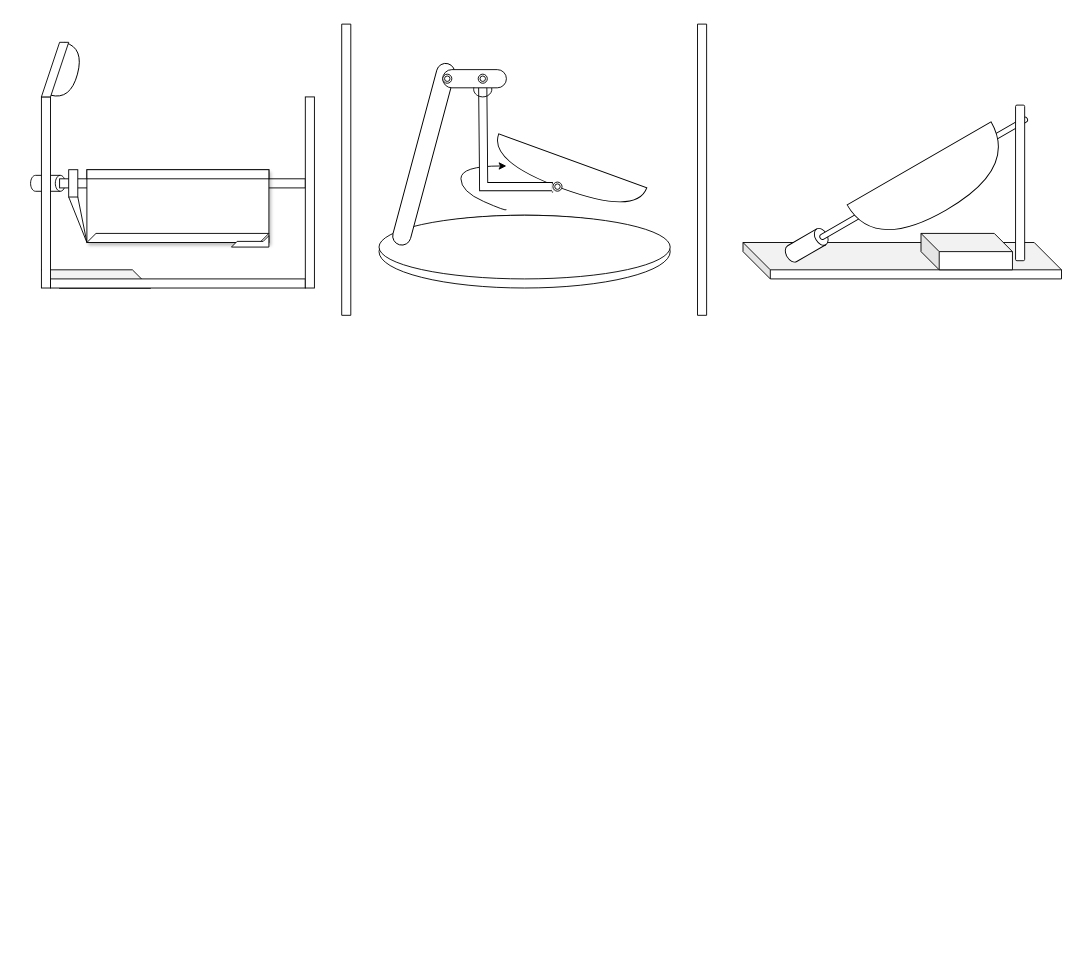
Before: Bhushan Sir/Automated Baby Swing/BabySwing.drawio in mungekarkiran/Basic_Python, a draw.io diagram. Source tidied: cells renumbered, new cells numbered last; positions are measured from the earlier drawing's top-left corner, leaving out a move shared by most shapes. Both pictures are drawn from the tidied source at 91%, with x=0, y=0 at pixel (39, 24). Pictures stored in the file or linked from it are replaced by grey dashed boxes.
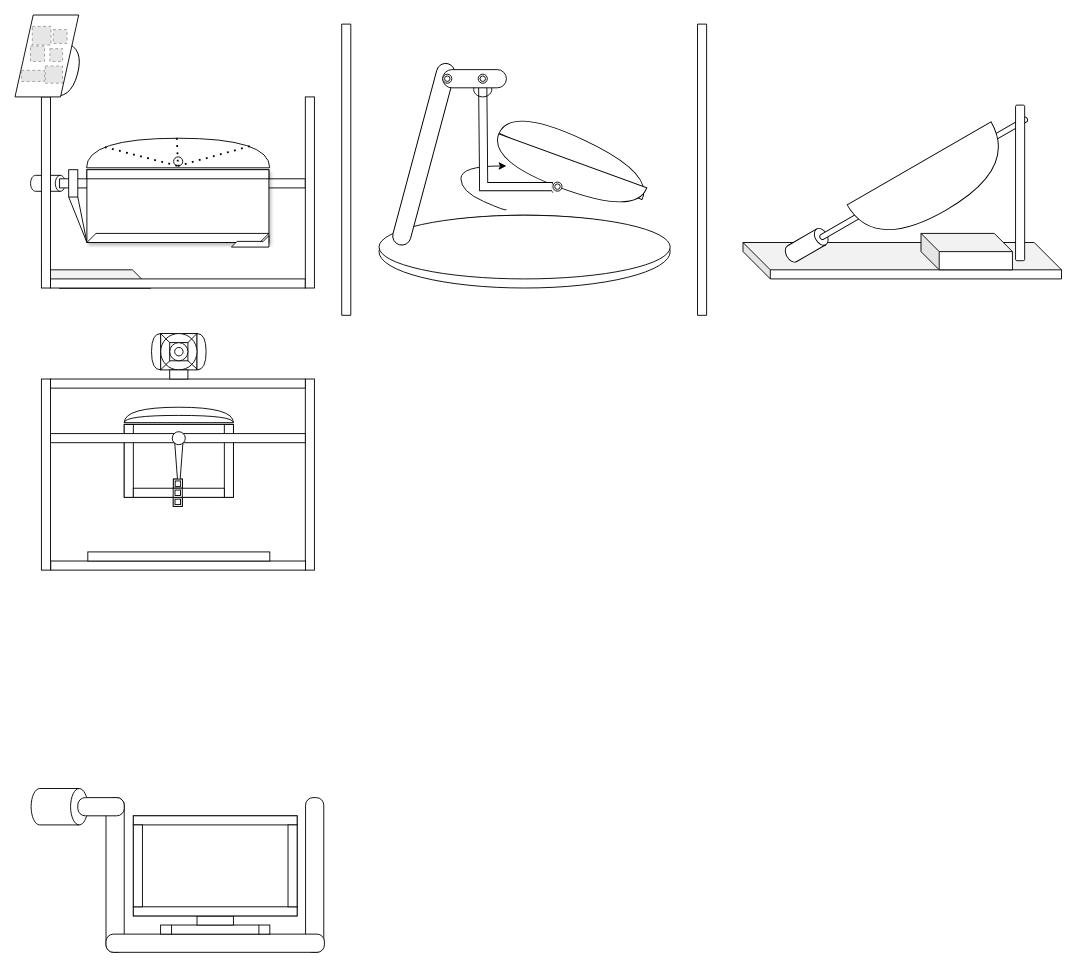
Above is the later version.

Commit message (it also covers changes not shown here):
auto baby swing

What changed in the source:
```diff
@@
+    <mxCell id="37" style="rounded=1;whiteSpace=wrap;html=1;arcSize=41;" parent="1" vertex="1">
+      <mxGeometry x="292.3" y="850" width="20" height="170" as="geometry" />
+    </mxCell>
+    <mxCell id="38" style="shape=or;whiteSpace=wrap;html=1;rotation=-65;" parent="1" vertex="1">
+      <mxGeometry x="574.1" y="55" width="32.5" height="173.2" as="geometry" />
+    </mxCell>
@@
     <mxCell id="15" style="shape=parallelogram;perimeter=parallelogramPerimeter;whiteSpace=wrap;html=1;fixedSize=1;" parent="1" vertex="1">
-      <mxGeometry x="2" y="20" width="30" height="60" as="geometry" />
+      <mxGeometry x="-27" y="-10" width="70" height="90" as="geometry" />
     </mxCell>
@@
+    <mxCell id="39" style="shape=or;whiteSpace=wrap;html=1;rotation=-90;" parent="1" vertex="1">
+      <mxGeometry x="136" y="41" width="32.5" height="201.3" as="geometry" />
+    </mxCell>
+    <mxCell id="40" style="ellipse;whiteSpace=wrap;html=1;" parent="1" vertex="1">
+      <mxGeometry x="147.3" y="145.9" width="10" height="10" as="geometry" />
+    </mxCell>
+    <mxCell id="41" style="endArrow=none;dashed=1;html=1;dashPattern=1 3;strokeWidth=2;rounded=0;entryX=0.5;entryY=1;entryDx=0;entryDy=0;exitX=0.7;exitY=0.1;exitDx=0;exitDy=0;exitPerimeter=0;" parent="1" edge="1" source="39" target="40">
+      <mxGeometry relative="1" as="geometry" />
+    </mxCell>
+    <mxCell id="42" style="endArrow=none;dashed=1;html=1;dashPattern=1 3;strokeWidth=2;rounded=0;entryX=0.065;entryY=0.499;entryDx=0;entryDy=0;exitX=1.013;exitY=0.493;exitDx=0;exitDy=0;exitPerimeter=0;entryPerimeter=0;" parent="1" edge="1" source="39" target="39">
+      <mxGeometry relative="1" as="geometry" />
+    </mxCell>
+    <mxCell id="43" style="endArrow=none;dashed=1;html=1;dashPattern=1 3;strokeWidth=2;rounded=0;entryX=0.052;entryY=0.492;entryDx=0;entryDy=0;exitX=0.729;exitY=0.891;exitDx=0;exitDy=0;exitPerimeter=0;entryPerimeter=0;" parent="1" edge="1" source="39" target="39">
+      <mxGeometry relative="1" as="geometry" />
+    </mxCell>
+    <mxCell id="44" style="rounded=0;whiteSpace=wrap;html=1;" parent="1" vertex="1">
+      <mxGeometry x="2" y="390" width="10" height="210" as="geometry" />
+    </mxCell>
+    <mxCell id="45" style="rounded=0;whiteSpace=wrap;html=1;" parent="1" vertex="1">
+      <mxGeometry x="292" y="390" width="10" height="210" as="geometry" />
+    </mxCell>
+    <mxCell id="46" style="rounded=0;whiteSpace=wrap;html=1;" parent="1" vertex="1">
+      <mxGeometry x="12.3" y="590" width="280" height="10" as="geometry" />
+    </mxCell>
+    <mxCell id="47" style="rounded=0;whiteSpace=wrap;html=1;" parent="1" vertex="1">
+      <mxGeometry x="53" y="580" width="200" height="10" as="geometry" />
+    </mxCell>
+    <mxCell id="48" style="rounded=0;whiteSpace=wrap;html=1;" parent="1" vertex="1">
+      <mxGeometry x="93" y="440" width="120" height="80" as="geometry" />
+    </mxCell>
+    <mxCell id="49" style="shape=or;whiteSpace=wrap;html=1;direction=north;" parent="1" vertex="1">
+      <mxGeometry x="93" y="421" width="120" height="17" as="geometry" />
+    </mxCell>
+    <mxCell id="50" style="rounded=0;whiteSpace=wrap;html=1;" parent="1" vertex="1">
+      <mxGeometry x="12" y="390" width="280" height="10" as="geometry" />
+    </mxCell>
+    <mxCell id="51" style="rounded=0;whiteSpace=wrap;html=1;" parent="1" vertex="1">
+      <mxGeometry x="147" y="500" width="10" height="30" as="geometry" />
+    </mxCell>
+    <mxCell id="52" style="shape=ext;double=1;rounded=0;whiteSpace=wrap;html=1;" parent="1" vertex="1">
+      <mxGeometry x="146.8" y="520" width="10" height="10" as="geometry" />
+    </mxCell>
+    <mxCell id="53" style="triangle;whiteSpace=wrap;html=1;direction=south;" parent="1" vertex="1">
+      <mxGeometry x="148.5" y="460" width="9" height="60" as="geometry" />
+    </mxCell>
+    <mxCell id="54" style="shape=ext;double=1;rounded=0;whiteSpace=wrap;html=1;" parent="1" vertex="1">
+      <mxGeometry x="147" y="500" width="10" height="10" as="geometry" />
+    </mxCell>
+    <mxCell id="55" style="shape=or;whiteSpace=wrap;html=1;direction=north;" parent="1" vertex="1">
+      <mxGeometry x="93" y="430" width="120" height="8" as="geometry" />
+    </mxCell>
+    <mxCell id="56" style="rounded=0;whiteSpace=wrap;html=1;" parent="1" vertex="1">
+      <mxGeometry x="93" y="440" width="10" height="80" as="geometry" />
+    </mxCell>
+    <mxCell id="57" style="rounded=0;whiteSpace=wrap;html=1;" parent="1" vertex="1">
+      <mxGeometry x="203" y="440" width="10" height="80" as="geometry" />
+    </mxCell>
+    <mxCell id="58" style="rounded=0;whiteSpace=wrap;html=1;" parent="1" vertex="1">
+      <mxGeometry x="12" y="450" width="280" height="10" as="geometry" />
+    </mxCell>
+    <mxCell id="59" style="ellipse;whiteSpace=wrap;html=1;" parent="1" vertex="1">
+      <mxGeometry x="145.8" y="447.9" width="14.3" height="14.3" as="geometry" />
+    </mxCell>
+    <mxCell id="60" style="rounded=0;whiteSpace=wrap;html=1;" parent="1" vertex="1">
+      <mxGeometry x="103" y="510" width="100" height="10" as="geometry" />
+    </mxCell>
+    <mxCell id="61" style="shape=ext;double=1;rounded=0;whiteSpace=wrap;html=1;" parent="1" vertex="1">
+      <mxGeometry x="146.8" y="510" width="10" height="10" as="geometry" />
+    </mxCell>
+    <mxCell id="62" style="rounded=0;whiteSpace=wrap;html=1;" parent="1" vertex="1">
+      <mxGeometry x="133" y="340" width="40" height="40" as="geometry" />
+    </mxCell>
+    <mxCell id="63" style="shape=or;whiteSpace=wrap;html=1;direction=east;" parent="1" vertex="1">
+      <mxGeometry x="173" y="340" width="10" height="40" as="geometry" />
+    </mxCell>
+    <mxCell id="64" style="ellipse;whiteSpace=wrap;html=1;" parent="1" vertex="1">
+      <mxGeometry x="133" y="340" width="40" height="40" as="geometry" />
+    </mxCell>
+    <mxCell id="65" style="rounded=0;whiteSpace=wrap;html=1;" parent="1" vertex="1">
+      <mxGeometry x="143" y="350" width="20" height="20" as="geometry" />
+    </mxCell>
+    <mxCell id="66" style="shape=or;whiteSpace=wrap;html=1;direction=west;" parent="1" vertex="1">
+      <mxGeometry x="123" y="340" width="10" height="40" as="geometry" />
+    </mxCell>
+    <mxCell id="67" style="endArrow=none;html=1;rounded=0;exitX=1;exitY=0;exitDx=0;exitDy=0;" parent="1" edge="1" source="65">
+      <mxGeometry relative="1" as="geometry">
+        <mxPoint x="173" y="340" as="targetPoint" />
+      </mxGeometry>
+    </mxCell>
+    <mxCell id="68" style="endArrow=none;html=1;rounded=0;exitX=1;exitY=1;exitDx=0;exitDy=0;entryX=0.006;entryY=0.978;entryDx=0;entryDy=0;entryPerimeter=0;" parent="1" edge="1" source="65" target="63">
+      <mxGeometry relative="1" as="geometry" />
+    </mxCell>
+    <mxCell id="69" style="endArrow=none;html=1;rounded=0;exitX=0;exitY=1;exitDx=0;exitDy=0;entryX=0;entryY=1;entryDx=0;entryDy=0;" parent="1" edge="1" source="62" target="65">
+      <mxGeometry relative="1" as="geometry" />
+    </mxCell>
+    <mxCell id="70" style="endArrow=none;html=1;rounded=0;exitX=0;exitY=0;exitDx=0;exitDy=0;entryX=0;entryY=0;entryDx=0;entryDy=0;" parent="1" edge="1" source="62" target="65">
+      <mxGeometry relative="1" as="geometry" />
+    </mxCell>
+    <mxCell id="71" style="rounded=0;whiteSpace=wrap;html=1;" parent="1" vertex="1">
+      <mxGeometry x="143" y="380" width="20" height="10" as="geometry" />
+    </mxCell>
+    <mxCell id="72" style="ellipse;whiteSpace=wrap;html=1;" parent="1" vertex="1">
+      <mxGeometry x="143" y="350" width="20" height="20" as="geometry" />
+    </mxCell>
+    <mxCell id="73" style="ellipse;whiteSpace=wrap;html=1;" parent="1" vertex="1">
+      <mxGeometry x="148.4" y="355.3" width="9.3" height="9.3" as="geometry" />
+    </mxCell>
+    <mxCell id="74" style="shape=cylinder3;whiteSpace=wrap;html=1;boundedLbl=1;backgroundOutline=1;size=9.465116279069775;direction=south;" parent="1" vertex="1">
+      <mxGeometry x="-9.3" y="840" width="62.3" height="40" as="geometry" />
+    </mxCell>
+    <mxCell id="75" style="rounded=1;whiteSpace=wrap;html=1;arcSize=41;" parent="1" vertex="1">
+      <mxGeometry x="73" y="850" width="20" height="170" as="geometry" />
+    </mxCell>
+    <mxCell id="76" style="rounded=1;whiteSpace=wrap;html=1;arcSize=41;" parent="1" vertex="1">
+      <mxGeometry x="42" y="850" width="51" height="20" as="geometry" />
+    </mxCell>
+    <mxCell id="77" style="rounded=1;whiteSpace=wrap;html=1;arcSize=41;" parent="1" vertex="1">
+      <mxGeometry x="73" y="1000" width="240" height="20" as="geometry" />
+    </mxCell>
+    <mxCell id="78" style="shape=process;whiteSpace=wrap;html=1;backgroundOutline=1;" parent="1" vertex="1">
+      <mxGeometry x="133" y="990" width="120" height="10" as="geometry" />
+    </mxCell>
+    <mxCell id="79" style="rounded=0;whiteSpace=wrap;html=1;" parent="1" vertex="1">
+      <mxGeometry x="173" y="980" width="40" height="10" as="geometry" />
+    </mxCell>
+    <mxCell id="80" style="rounded=0;whiteSpace=wrap;html=1;" parent="1" vertex="1">
+      <mxGeometry x="103" y="870" width="180" height="110" as="geometry" />
+    </mxCell>
+    <mxCell id="81" style="rounded=0;whiteSpace=wrap;html=1;" parent="1" vertex="1">
+      <mxGeometry x="103" y="870" width="180" height="10" as="geometry" />
+    </mxCell>
+    <mxCell id="82" style="rounded=0;whiteSpace=wrap;html=1;" parent="1" vertex="1">
+      <mxGeometry x="103" y="970" width="180" height="10" as="geometry" />
+    </mxCell>
+    <mxCell id="83" style="rounded=0;whiteSpace=wrap;html=1;" parent="1" vertex="1">
+      <mxGeometry x="103" y="880" width="10" height="90" as="geometry" />
+    </mxCell>
+    <mxCell id="84" style="rounded=0;whiteSpace=wrap;html=1;" parent="1" vertex="1">
+      <mxGeometry x="273" y="880" width="10" height="90" as="geometry" />
+    </mxCell>
+    <mxCell id="85" style="fillColor=#E6E6E6;strokeColor=#999999;dashed=1;verticalLabelPosition=bottom;labelBackgroundColor=default;verticalAlign=top;" parent="1" vertex="1">
+      <mxGeometry x="-10" y="24" width="15.4" height="17" as="geometry" />
+    </mxCell>
+    <mxCell id="86" style="fillColor=#E6E6E6;strokeColor=#999999;dashed=1;verticalLabelPosition=bottom;labelBackgroundColor=default;verticalAlign=top;" parent="1" vertex="1">
+      <mxGeometry x="15" y="6" width="15.2" height="15.2" as="geometry" />
+    </mxCell>
+    <mxCell id="87" style="fillColor=#E6E6E6;strokeColor=#999999;dashed=1;verticalLabelPosition=bottom;labelBackgroundColor=default;verticalAlign=top;" parent="1" vertex="1">
+      <mxGeometry x="11.3" y="27" width="14" height="14" as="geometry" />
+    </mxCell>
+    <mxCell id="88" style="fillColor=#E6E6E6;strokeColor=#999999;dashed=1;verticalLabelPosition=bottom;labelBackgroundColor=default;verticalAlign=top;" parent="1" vertex="1">
+      <mxGeometry x="-8" y="2.5" width="20.5" height="20.5" as="geometry" />
+    </mxCell>
+    <mxCell id="89" style="fillColor=#E6E6E6;strokeColor=#999999;dashed=1;verticalLabelPosition=bottom;labelBackgroundColor=default;verticalAlign=top;" parent="1" vertex="1">
+      <mxGeometry x="-20" y="50.8" width="25.4" height="12.2" as="geometry" />
+    </mxCell>
+    <mxCell id="90" style="fillColor=#E6E6E6;strokeColor=#999999;dashed=1;verticalLabelPosition=bottom;labelBackgroundColor=default;verticalAlign=top;" parent="1" vertex="1">
+      <mxGeometry x="6.3" y="46" width="18.9" height="18.9" as="geometry" />
+    </mxCell>
```
